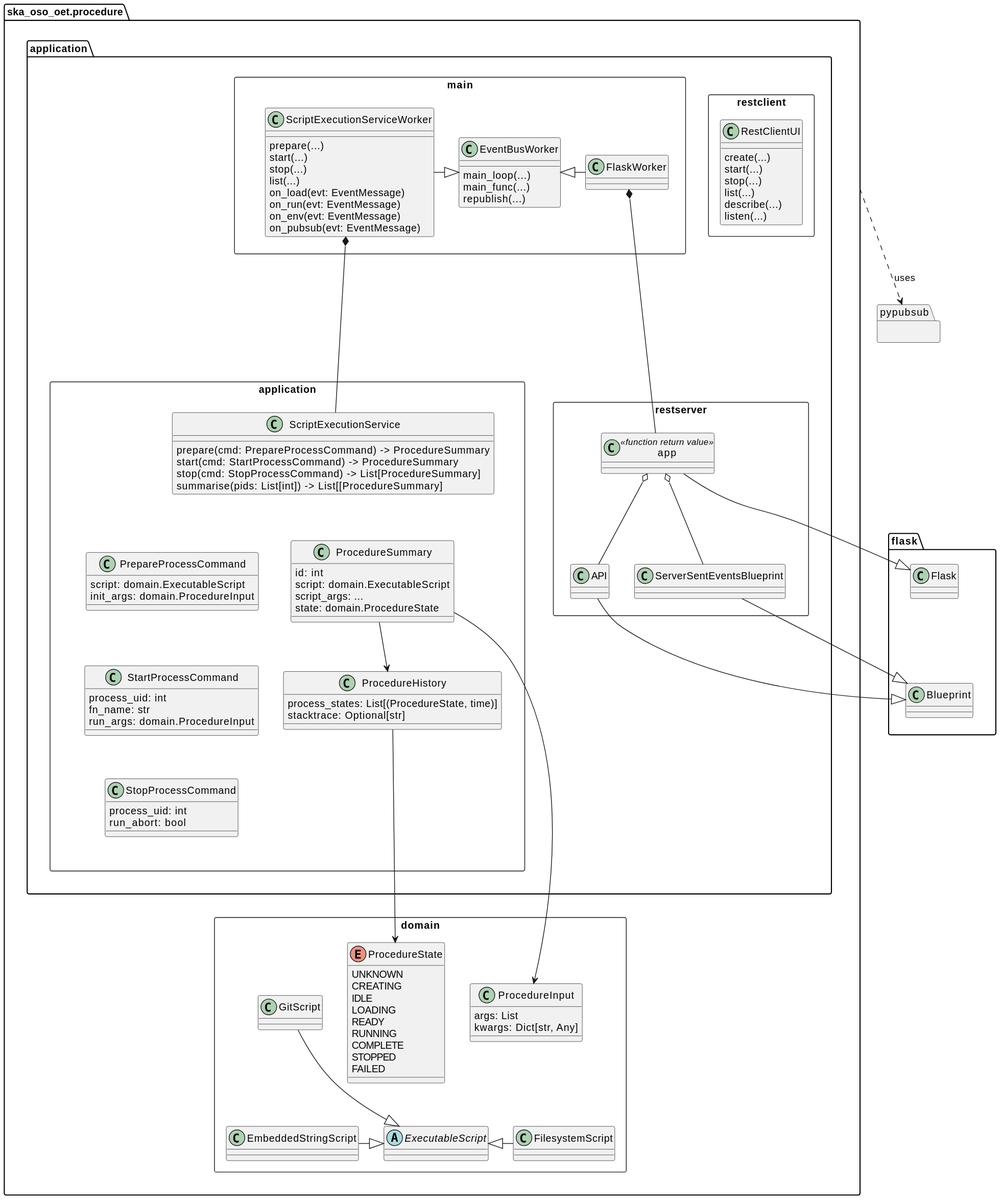
Above: docs/src/diagrams/export/backend_module_execution_primary.svg in ska-telescope/observation-execution-tool (PlantUML), before the change. Source of this version:
```plantuml
@startuml

package ska_oso_oet.procedure {

package application as application_pkg {

    package restclient <<Rectangle>> {
        class RestClientUI {
            create(...)
            start(...)
            stop(...)
            list(...)
            describe(...)
            listen(...)
        }
    }

    package main <<Rectangle>> {
        class ScriptExecutionServiceWorker {
            prepare(...)
            start(...)
            stop(...)
            list(...)
            on_load(evt: EventMessage)
            on_run(evt: EventMessage)
            on_env(evt: EventMessage)
            on_pubsub(evt: EventMessage)
        }

        class FlaskWorker {
        }

        class EventBusWorker {
            main_loop(...)
            main_func(...)
            republish(...)
        }

        ScriptExecutionServiceWorker -right-|> EventBusWorker
        FlaskWorker -left-|> EventBusWorker
    }

    package restserver <<Rectangle>> {
        class app <<function return value>> {
        }

        class API

        class ServerSentEventsBlueprint

        app o-- API
        app o-- ServerSentEventsBlueprint
    }

    package application <<Rectangle>> {
        class ScriptExecutionService {
            prepare(cmd: PrepareProcessCommand) -> ProcedureSummary
            start(cmd: StartProcessCommand) -> ProcedureSummary
            stop(cmd: StopProcessCommand) -> List[ProcedureSummary]
            summarise(pids: List[int]) -> List[[ProcedureSummary]
        }

        class ProcedureSummary {
            id: int
            script: domain.ExecutableScript
            script_args: ...
            state: domain.ProcedureState
        }

        class ProcedureHistory {
            {field} process_states: List[(ProcedureState, time)]
            stacktrace: Optional[str]
        }
        ProcedureSummary --> ProcedureHistory

        together {
        class PrepareProcessCommand {
            script: domain.ExecutableScript
            init_args: domain.ProcedureInput
        }

        class StartProcessCommand {
            process_uid: int
            fn_name: str
            run_args: domain.ProcedureInput
        }

        class StopProcessCommand {
            process_uid: int
            run_abort: bool
        }
        }
        PrepareProcessCommand -[hidden]- StartProcessCommand
        StartProcessCommand -[hidden]- StopProcessCommand
    }
    FlaskWorker *-- app
    ScriptExecutionServiceWorker *-- ScriptExecutionService

}

    package domain <<Rectangle>> {
        abstract class ExecutableScript
        class GitScript
        class FilesystemScript
        class EmbeddedStringScript
        GitScript -down-|> ExecutableScript
        FilesystemScript -left-|> ExecutableScript
        EmbeddedStringScript -right-|> ExecutableScript
        ExecutableScript -up[hidden]- ProcedureInput

        enum ProcedureState {
            UNKNOWN
            CREATING
            IDLE
            LOADING
            READY
            RUNNING
            COMPLETE
            STOPPED
            FAILED
        }

        class ProcedureInput {
            args: List
            kwargs: Dict[str, Any]
        }
    }

    ProcedureHistory ---> ProcedureState
    ProcedureSummary ---> ProcedureInput
    ProcedureState -left[hidden]-> ProcedureInput
}

package flask {
    class Flask
    class Blueprint

    Flask -down[hidden]- Blueprint
}

app -|> Flask
API -|> Blueprint
ServerSentEventsBlueprint --|> Blueprint

package pypubsub {
}
ska_oso_oet.procedure -[dashed]-> pypubsub: uses

main -down[hidden]--> application
restserver -left[hidden]--> application
restserver -right[hidden]--> flask
FlaskWorker -down[hidden]--> restserver
ScriptExecutionService -down[hidden]- ProcedureSummary
ScriptExecutionService -down[hidden]- PrepareProcessCommand
PrepareProcessCommand -right[hidden]- ProcedureSummary

@enduml
```
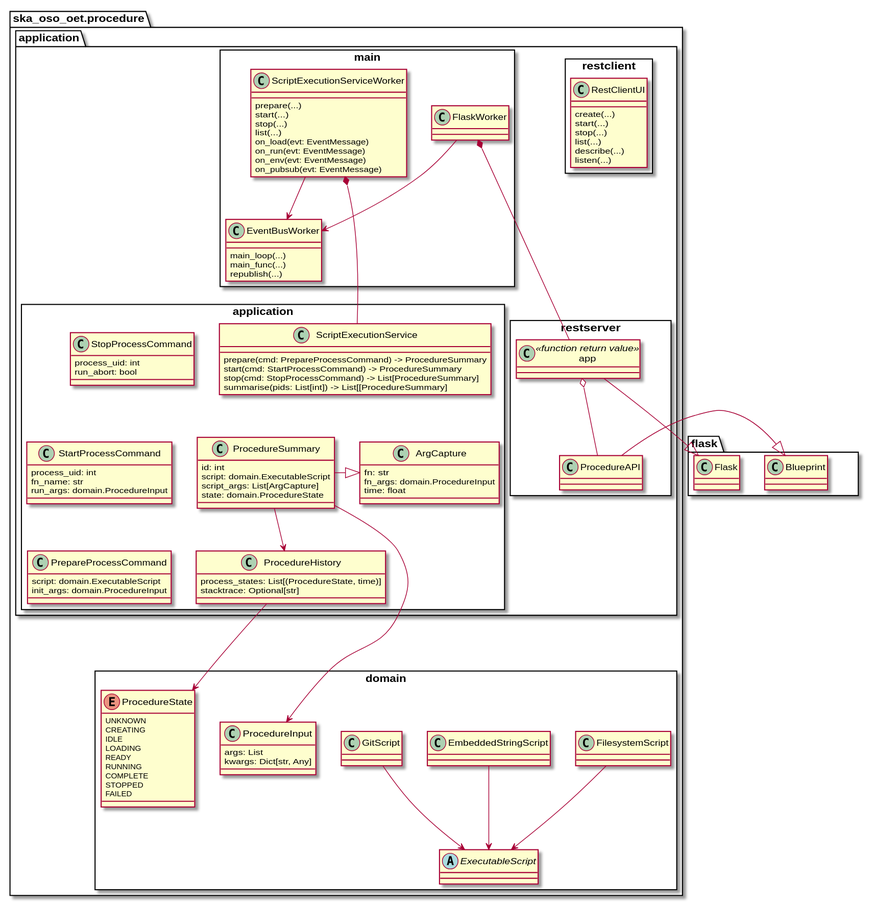
Above is the later version.

Commit message:
BTN-1541 Add ArgCapture to diagrams

What changed in the source:
```diff
@@ -36,20 +36,17 @@
             republish(...)
         }
 
-        ScriptExecutionServiceWorker -right-|> EventBusWorker
-        FlaskWorker -left-|> EventBusWorker
+        ScriptExecutionServiceWorker --> EventBusWorker
+        FlaskWorker --> EventBusWorker
     }
 
     package restserver <<Rectangle>> {
         class app <<function return value>> {
         }
 
-        class API
+        class ProcedureAPI
 
-        class ServerSentEventsBlueprint
-
-        app o-- API
-        app o-- ServerSentEventsBlueprint
+        app o-- ProcedureAPI
     }
 
     package application <<Rectangle>> {
@@ -63,9 +60,16 @@
         class ProcedureSummary {
             id: int
             script: domain.ExecutableScript
-            script_args: ...
+            script_args: List[ArgCapture]
             state: domain.ProcedureState
         }
+
+        class ArgCapture {
+            fn: str
+            fn_args: domain.ProcedureInput
+            time: float
+        }
+        ProcedureSummary -right-|> ArgCapture
 
         class ProcedureHistory {
             {field} process_states: List[(ProcedureState, time)]
@@ -73,7 +77,6 @@
         }
         ProcedureSummary --> ProcedureHistory
 
-        together {
         class PrepareProcessCommand {
             script: domain.ExecutableScript
             init_args: domain.ProcedureInput
@@ -89,9 +92,8 @@
             process_uid: int
             run_abort: bool
         }
-        }
-        PrepareProcessCommand -[hidden]- StartProcessCommand
-        StartProcessCommand -[hidden]- StopProcessCommand
+        PrepareProcessCommand -up[hidden]- StartProcessCommand
+        StartProcessCommand -up[hidden]- StopProcessCommand
     }
     FlaskWorker *-- app
     ScriptExecutionServiceWorker *-- ScriptExecutionService
@@ -103,10 +105,9 @@
         class GitScript
         class FilesystemScript
         class EmbeddedStringScript
-        GitScript -down-|> ExecutableScript
-        FilesystemScript -left-|> ExecutableScript
-        EmbeddedStringScript -right-|> ExecutableScript
-        ExecutableScript -up[hidden]- ProcedureInput
+        GitScript --> ExecutableScript
+        FilesystemScript --> ExecutableScript
+        EmbeddedStringScript --> ExecutableScript
 
         enum ProcedureState {
             UNKNOWN
@@ -128,30 +129,20 @@
 
     ProcedureHistory ---> ProcedureState
     ProcedureSummary ---> ProcedureInput
-    ProcedureState -left[hidden]-> ProcedureInput
 }
 
 package flask {
     class Flask
     class Blueprint
-
-    Flask -down[hidden]- Blueprint
 }
 
 app -|> Flask
-API -|> Blueprint
-ServerSentEventsBlueprint --|> Blueprint
-
-package pypubsub {
-}
-ska_oso_oet.procedure -[dashed]-> pypubsub: uses
+ProcedureAPI -|> Blueprint
 
 main -down[hidden]--> application
 restserver -left[hidden]--> application
 restserver -right[hidden]--> flask
 FlaskWorker -down[hidden]--> restserver
 ScriptExecutionService -down[hidden]- ProcedureSummary
-ScriptExecutionService -down[hidden]- PrepareProcessCommand
-PrepareProcessCommand -right[hidden]- ProcedureSummary
 
 @enduml
```
